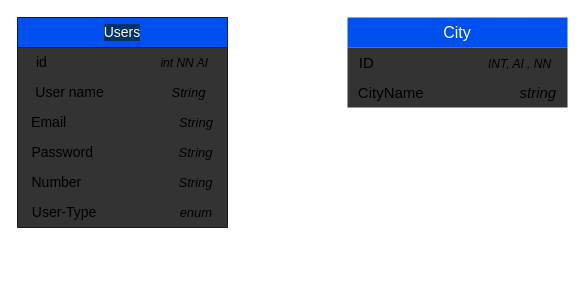
Before: ER-Diagram.drawio in Rana-devanand/Flight-management-system, a draw.io diagram. Source tidied: cells renumbered, new cells numbered last; positions are measured from the earlier drawing's top-left corner, leaving out a move shared by most shapes. Both pictures are drawn from the tidied source at 100%, with x=0, y=0 at pixel (17, 17).
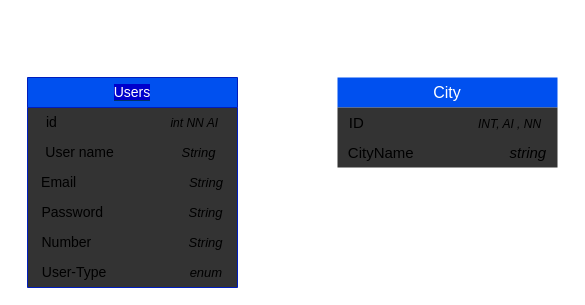
The same page after the edit.

Change to the diagram source:
```diff
@@
 <mxGraphModel>
   <root>
     <mxCell id="0" />
     <mxCell id="1" parent="0" />
-    <mxCell id="2" value="Users" style="swimlane;fontStyle=0;horizontal=1;startSize=30;whiteSpace=wrap;html=1;noLabel=0;direction=east;fixDash=0;backgroundOutline=0;comic=0;swimlaneFillColor=#333333;fillColor=#0050ef;fontColor=#ffffff;strokeColor=#1A1A1A;fontSize=14;align=center;labelBackgroundColor=#003366;" parent="1" vertex="1">
-      <mxGeometry width="210" height="210" as="geometry" />
+    <mxCell id="2" value="&lt;span style=&quot;background-color: rgb(0, 0, 204);&quot;&gt;Users&lt;/span&gt;" style="swimlane;fontStyle=0;horizontal=1;startSize=30;whiteSpace=wrap;html=1;noLabel=0;direction=east;fixDash=0;backgroundOutline=0;comic=0;swimlaneFillColor=#333333;fontSize=14;align=center;labelBackgroundColor=#003366;fillColor=#0050ef;fontColor=#ffffff;strokeColor=#001DBC;" parent="1" vertex="1">
+      <mxGeometry x="10" y="60" width="210" height="210" as="geometry" />
     </mxCell>
     <mxCell id="3" value="id&lt;span style=&quot;white-space: pre; font-size: 14px;&quot;&gt;&#9;&lt;/span&gt;&lt;span style=&quot;white-space: pre; font-size: 14px;&quot;&gt;&#9;&lt;span style=&quot;white-space: pre; font-size: 14px;&quot;&gt;&#9;&lt;/span&gt;&lt;span style=&quot;white-space: pre; font-size: 14px;&quot;&gt;&#9;&lt;/span&gt;&lt;/span&gt;&lt;i style=&quot;&quot;&gt;&lt;font style=&quot;font-size: 12px;&quot;&gt;int NN AI&lt;/font&gt;&lt;/i&gt;" style="text;strokeColor=none;fillColor=none;align=center;verticalAlign=middle;spacingLeft=4;spacingRight=4;overflow=hidden;whiteSpace=wrap;html=1;noLabel=0;direction=east;fixDash=0;backgroundOutline=0;comic=0;swimlaneFillColor=#1A1A1A;fontSize=14;" parent="2" vertex="1">
       <mxGeometry y="30" width="210" height="30" as="geometry" />
     </mxCell>
     <mxCell id="4" value="User name&amp;nbsp;&lt;span style=&quot;white-space: pre; font-size: 14px;&quot;&gt;&#9;&lt;/span&gt;&amp;nbsp; &amp;nbsp; &amp;nbsp; &amp;nbsp; &amp;nbsp; &amp;nbsp;&lt;i style=&quot;font-size: 13px;&quot;&gt;String&lt;span style=&quot;white-space: pre;&quot;&gt;&#9;&lt;/span&gt;&lt;/i&gt;" style="text;strokeColor=none;fillColor=none;align=center;verticalAlign=middle;spacingLeft=4;spacingRight=4;overflow=hidden;whiteSpace=wrap;html=1;noLabel=0;direction=east;fixDash=0;backgroundOutline=0;comic=0;swimlaneFillColor=#1A1A1A;fontSize=14;" parent="2" vertex="1">
       <mxGeometry y="60" width="210" height="30" as="geometry" />
     </mxCell>
     <mxCell id="5" value="Email&lt;span style=&quot;white-space: pre; font-size: 14px;&quot;&gt;&#9;&lt;/span&gt;&lt;span style=&quot;white-space: pre; font-size: 14px;&quot;&gt;&#9;&lt;/span&gt;&lt;span style=&quot;white-space: pre; font-size: 14px;&quot;&gt;&#9;&lt;/span&gt;&amp;nbsp; &amp;nbsp; &amp;nbsp; &lt;i style=&quot;&quot;&gt;&lt;font style=&quot;font-size: 13px;&quot;&gt;String&lt;/font&gt;&lt;/i&gt;" style="text;strokeColor=none;fillColor=none;align=center;verticalAlign=middle;spacingLeft=4;spacingRight=4;overflow=hidden;whiteSpace=wrap;html=1;noLabel=0;direction=east;fixDash=0;backgroundOutline=0;comic=0;swimlaneFillColor=#1A1A1A;fontSize=14;" parent="2" vertex="1">
       <mxGeometry y="90" width="210" height="30" as="geometry" />
     </mxCell>
     <mxCell id="6" value="Password&lt;span style=&quot;font-size: 14px;&quot;&gt;&amp;nbsp; &amp;nbsp; &amp;nbsp; &amp;nbsp; &amp;nbsp; &amp;nbsp; &amp;nbsp; &amp;nbsp; &amp;nbsp; &amp;nbsp; &amp;nbsp;&amp;nbsp;&lt;/span&gt;&lt;i style=&quot;&quot;&gt;&lt;font style=&quot;font-size: 13px;&quot;&gt;String&lt;/font&gt;&lt;/i&gt;" style="text;strokeColor=none;fillColor=none;align=center;verticalAlign=middle;spacingLeft=4;spacingRight=4;overflow=hidden;whiteSpace=wrap;html=1;noLabel=0;direction=east;fixDash=0;backgroundOutline=0;comic=0;swimlaneFillColor=#1A1A1A;fontSize=14;" parent="2" vertex="1">
       <mxGeometry y="120" width="210" height="30" as="geometry" />
     </mxCell>
     <mxCell id="7" value="Number&lt;span style=&quot;font-size: 14px;&quot;&gt;&amp;nbsp; &amp;nbsp; &amp;nbsp; &amp;nbsp; &amp;nbsp; &amp;nbsp; &amp;nbsp; &amp;nbsp; &amp;nbsp; &amp;nbsp; &amp;nbsp; &amp;nbsp; &amp;nbsp;&lt;/span&gt;&lt;i style=&quot;&quot;&gt;&lt;font style=&quot;font-size: 13px;&quot;&gt;String&lt;/font&gt;&lt;/i&gt;" style="text;strokeColor=none;fillColor=none;align=center;verticalAlign=middle;spacingLeft=4;spacingRight=4;overflow=hidden;whiteSpace=wrap;html=1;noLabel=0;direction=east;fixDash=0;backgroundOutline=0;comic=0;swimlaneFillColor=#1A1A1A;fontSize=14;" parent="2" vertex="1">
       <mxGeometry y="150" width="210" height="30" as="geometry" />
     </mxCell>
     <mxCell id="8" value="User-Type&lt;span style=&quot;white-space: pre; font-size: 14px;&quot;&gt;&#9;&lt;/span&gt;&amp;nbsp; &amp;nbsp; &amp;nbsp; &amp;nbsp; &amp;nbsp; &amp;nbsp; &amp;nbsp; &lt;i style=&quot;&quot;&gt;&lt;font style=&quot;font-size: 13px;&quot;&gt;enum&lt;/font&gt;&lt;/i&gt;" style="text;strokeColor=none;fillColor=none;align=center;verticalAlign=middle;spacingLeft=4;spacingRight=4;overflow=hidden;whiteSpace=wrap;html=1;noLabel=0;direction=east;fixDash=0;backgroundOutline=0;comic=0;swimlaneFillColor=#1A1A1A;fontSize=14;" parent="2" vertex="1">
       <mxGeometry y="180" width="210" height="30" as="geometry" />
     </mxCell>
     <mxCell id="9" value="City" style="swimlane;fontStyle=0;horizontal=1;startSize=30;whiteSpace=wrap;html=1;labelBackgroundColor=none;comic=0;strokeColor=none;fontSize=16;align=center;fillColor=#0050ef;fontColor=#ffffff;swimlaneFillColor=#333333;" parent="1" vertex="1">
-      <mxGeometry x="330" width="220" height="90" as="geometry" />
+      <mxGeometry x="320" y="60" width="220" height="90" as="geometry" />
     </mxCell>
     <mxCell id="10" value="&lt;div style=&quot;text-align: left;&quot;&gt;&lt;span style=&quot;background-color: initial;&quot;&gt;ID&lt;/span&gt;&lt;span style=&quot;background-color: initial; white-space: pre;&quot;&gt;&#9;&lt;/span&gt;&lt;span style=&quot;background-color: initial; white-space: pre;&quot;&gt;&#9;&lt;/span&gt;&lt;span style=&quot;background-color: initial;&quot;&gt;&amp;nbsp; &amp;nbsp; &amp;nbsp; &amp;nbsp; &amp;nbsp; &amp;nbsp; &amp;nbsp; &amp;nbsp;&lt;/span&gt;&lt;font style=&quot;background-color: initial; font-size: 12px;&quot;&gt;&lt;i&gt;INT, AI , NN&lt;/i&gt;&lt;/font&gt;&lt;font style=&quot;background-color: initial;&quot;&gt;&amp;nbsp;&lt;/font&gt;&lt;/div&gt;" style="text;strokeColor=none;fillColor=none;align=center;verticalAlign=middle;spacingLeft=4;spacingRight=4;overflow=hidden;whiteSpace=wrap;html=1;labelBackgroundColor=none;comic=0;fontSize=15;" parent="9" vertex="1">
       <mxGeometry y="30" width="220" height="30" as="geometry" />
     </mxCell>
     <mxCell id="11" value="CityName&amp;nbsp; &amp;nbsp; &amp;nbsp; &amp;nbsp; &amp;nbsp; &amp;nbsp; &amp;nbsp; &amp;nbsp; &amp;nbsp; &amp;nbsp; &amp;nbsp; &amp;nbsp;&lt;i&gt;string&lt;/i&gt;" style="text;strokeColor=none;fillColor=none;align=center;verticalAlign=middle;spacingLeft=4;spacingRight=4;overflow=hidden;whiteSpace=wrap;html=1;labelBackgroundColor=none;comic=0;fontSize=15;" parent="9" vertex="1">
       <mxGeometry y="60" width="220" height="30" as="geometry" />
     </mxCell>
   </root>
 </mxGraphModel>
```
